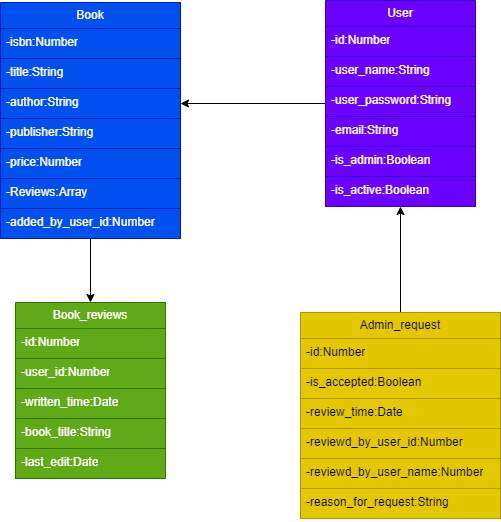
Earlier version of the draw.io export images/Books_Builds_Minds-UML_Diagram.drawio.png (HussainALAradi5/books_builds_minds). Source tidied: cells renumbered, new cells last; positions are measured from the earlier drawing's top-left corner, leaving out a move shared by most shapes.
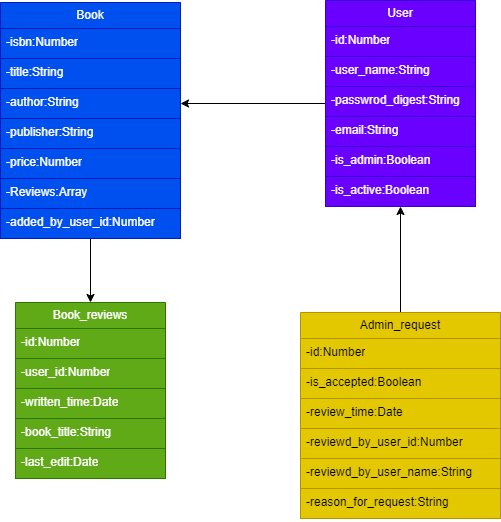
The same diagram one commit later.

Diff of the diagram source:
```diff
@@ -14,7 +14,7 @@
     <mxCell id="5" value="-user_name:String" style="text;strokeColor=#3700CC;fillColor=#6a00ff;align=left;verticalAlign=top;spacingLeft=4;spacingRight=4;overflow=hidden;whiteSpace=wrap;html=1;fontColor=#ffffff;" parent="3" vertex="1">
       <mxGeometry y="56" width="150" height="30" as="geometry" />
     </mxCell>
-    <mxCell id="6" value="-user_password:String" style="text;strokeColor=#3700CC;fillColor=#6a00ff;align=left;verticalAlign=top;spacingLeft=4;spacingRight=4;overflow=hidden;whiteSpace=wrap;html=1;fontColor=#ffffff;" parent="3" vertex="1">
+    <mxCell id="6" value="-passwrod_digest:String" style="text;strokeColor=#3700CC;fillColor=#6a00ff;align=left;verticalAlign=top;spacingLeft=4;spacingRight=4;overflow=hidden;whiteSpace=wrap;html=1;fontColor=#ffffff;" parent="3" vertex="1">
       <mxGeometry y="86" width="150" height="30" as="geometry" />
     </mxCell>
     <mxCell id="7" value="-email:String" style="text;strokeColor=#3700CC;fillColor=#6a00ff;align=left;verticalAlign=top;spacingLeft=4;spacingRight=4;overflow=hidden;whiteSpace=wrap;html=1;fontColor=#ffffff;" parent="3" vertex="1">
@@ -89,7 +89,7 @@
     <mxCell id="30" value="-reviewd_by_user_id:Number" style="text;strokeColor=#B09500;fillColor=#e3c800;align=left;verticalAlign=top;spacingLeft=4;spacingRight=4;overflow=hidden;whiteSpace=wrap;html=1;fontColor=#000000;" parent="26" vertex="1">
       <mxGeometry y="116" width="200" height="30" as="geometry" />
     </mxCell>
-    <mxCell id="31" value="-reviewd_by_user_name:Number" style="text;strokeColor=#B09500;fillColor=#e3c800;align=left;verticalAlign=top;spacingLeft=4;spacingRight=4;overflow=hidden;whiteSpace=wrap;html=1;fontColor=#000000;" parent="26" vertex="1">
+    <mxCell id="31" value="-reviewd_by_user_name:String" style="text;strokeColor=#B09500;fillColor=#e3c800;align=left;verticalAlign=top;spacingLeft=4;spacingRight=4;overflow=hidden;whiteSpace=wrap;html=1;fontColor=#000000;" parent="26" vertex="1">
       <mxGeometry y="146" width="200" height="30" as="geometry" />
     </mxCell>
     <mxCell id="32" value="-reason_for_request:String" style="text;strokeColor=#B09500;fillColor=#e3c800;align=left;verticalAlign=top;spacingLeft=4;spacingRight=4;overflow=hidden;whiteSpace=wrap;html=1;fontColor=#000000;" parent="26" vertex="1">
```
